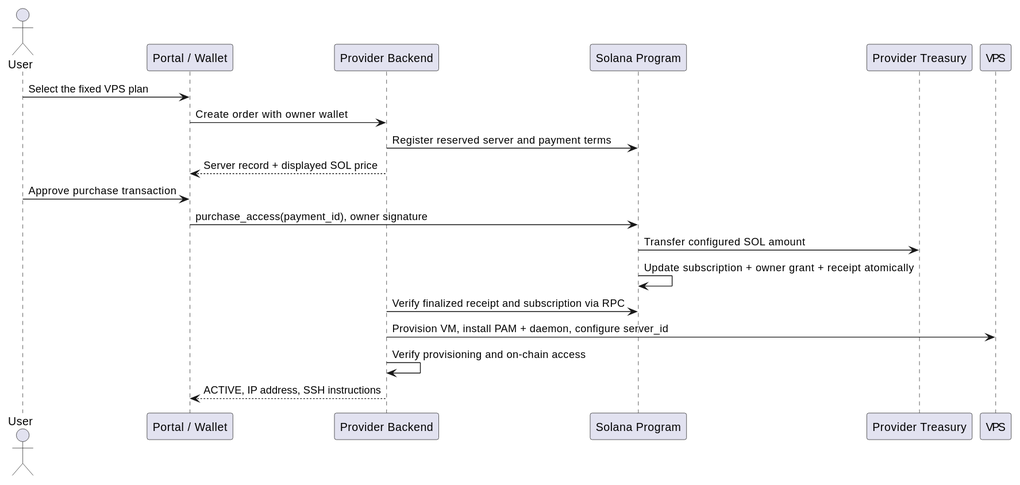
Before: docs/diagrams/billing-and-provisioning.svg, a diagram exported from PlantUML (Tarat0r/solana-vps-platform). Its diagram source:
```plantuml
@startuml
actor User
participant "Portal / Wallet" as Portal
participant "Provider Backend" as Backend
participant "Solana Program" as Program
participant "Provider Treasury" as Treasury
participant "VPS" as VPS

User -> Portal : Select the fixed VPS plan
Portal -> Backend : Create order with owner wallet
Backend -> Program : Register reserved server and payment terms
Backend --> Portal : Server record + displayed SOL price
User -> Portal : Approve purchase transaction
Portal -> Program : purchase_access(payment_id), owner signature
Program -> Treasury : Transfer configured SOL amount
Program -> Program : Update subscription + owner grant + receipt atomically
Backend -> Program : Verify finalized receipt and subscription via RPC
Backend -> VPS : Provision VM, install PAM + daemon, configure server_id
Backend -> Backend : Verify provisioning and on-chain access
Backend --> Portal : ACTIVE, IP address, SSH instructions
@enduml
```
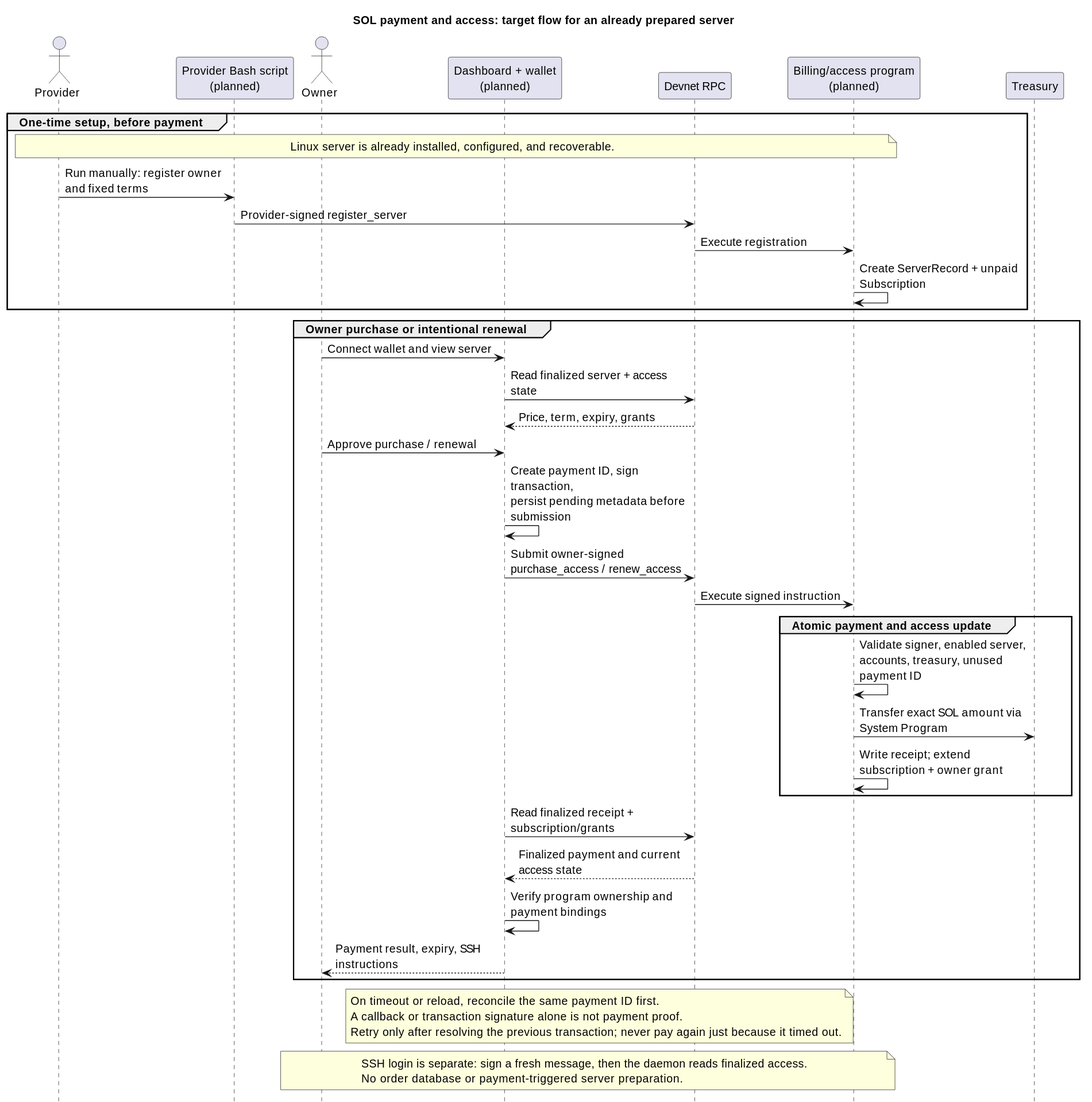
The same file after the commit.

The edit, as a diff of the source:
```diff
@@ -1,21 +1,53 @@
 @startuml
-actor User
-participant "Portal / Wallet" as Portal
-participant "Provider Backend" as Backend
-participant "Solana Program" as Program
-participant "Provider Treasury" as Treasury
-participant "VPS" as VPS
+title SOL payment and access: target flow for an already prepared server
+skinparam defaultFontName SansSerif
+skinparam defaultFontSize 14
+skinparam responseMessageBelowArrow true
+skinparam maxMessageSize 220
+hide footbox
 
-User -> Portal : Select the fixed VPS plan
-Portal -> Backend : Create order with owner wallet
-Backend -> Program : Register reserved server and payment terms
-Backend --> Portal : Server record + displayed SOL price
-User -> Portal : Approve purchase transaction
-Portal -> Program : purchase_access(payment_id), owner signature
-Program -> Treasury : Transfer configured SOL amount
-Program -> Program : Update subscription + owner grant + receipt atomically
-Backend -> Program : Verify finalized receipt and subscription via RPC
-Backend -> VPS : Provision VM, install PAM + daemon, configure server_id
-Backend -> Backend : Verify provisioning and on-chain access
-Backend --> Portal : ACTIVE, IP address, SSH instructions
+actor Provider
+participant "Provider Bash script\n(planned)" as Setup
+actor Owner
+participant "Dashboard + wallet\n(planned)" as Browser
+participant "Devnet RPC" as RPC
+participant "Billing/access program\n(planned)" as Program
+participant "Treasury" as Treasury
+
+group One-time setup, before payment
+  note over Provider, Program : Linux server is already installed, configured, and recoverable.
+  Provider -> Setup : Run manually: register owner and fixed terms
+  Setup -> RPC : Provider-signed register_server
+  RPC -> Program : Execute registration
+  Program -> Program : Create ServerRecord + unpaid Subscription
+end
+
+group Owner purchase or intentional renewal
+  Owner -> Browser : Connect wallet and view server
+  Browser -> RPC : Read finalized server + access state
+  RPC --> Browser : Price, term, expiry, grants
+  Owner -> Browser : Approve purchase / renewal
+  Browser -> Browser : Create payment ID, sign transaction,\npersist pending metadata before submission
+  Browser -> RPC : Submit owner-signed purchase_access / renew_access
+  RPC -> Program : Execute signed instruction
+  group Atomic payment and access update
+    Program -> Program : Validate signer, enabled server,\naccounts, treasury, unused payment ID
+    Program -> Treasury : Transfer exact SOL amount via System Program
+    Program -> Program : Write receipt; extend subscription + owner grant
+  end
+  Browser -> RPC : Read finalized receipt + subscription/grants
+  RPC --> Browser : Finalized payment and current access state
+  Browser -> Browser : Verify program ownership and payment bindings
+  Browser --> Owner : Payment result, expiry, SSH instructions
+end
+
+note over Browser, RPC
+  On timeout or reload, reconcile the same payment ID first.
+  A callback or transaction signature alone is not payment proof.
+  Retry only after resolving the previous transaction; never pay again just because it timed out.
+end note
+note over Owner, Program
+  SSH login is separate: sign a fresh message, then the daemon reads finalized access.
+  No order database or payment-triggered server preparation.
+end note
 @enduml
```
